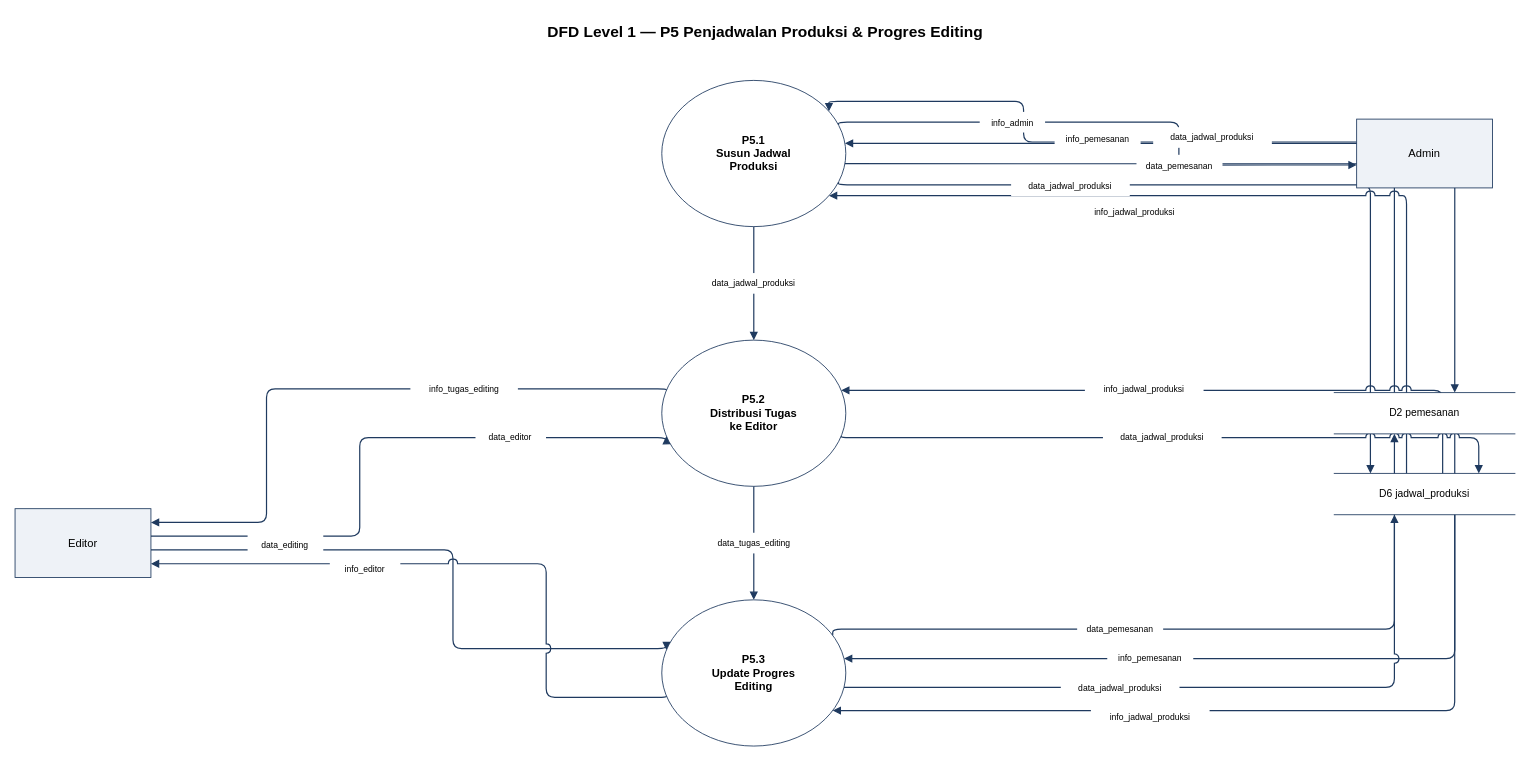
This is result/with/mellogang_dfd_level1_P5.drawio from ryuken25/diagrams, a draw.io file, before an edit. Source tidied: cells renumbered, new cells numbered last; positions are measured from the earlier drawing's top-left corner, leaving out a move shared by most shapes. Both pictures are drawn from the tidied source at 86%, with x=0, y=0 at pixel (15, 15).
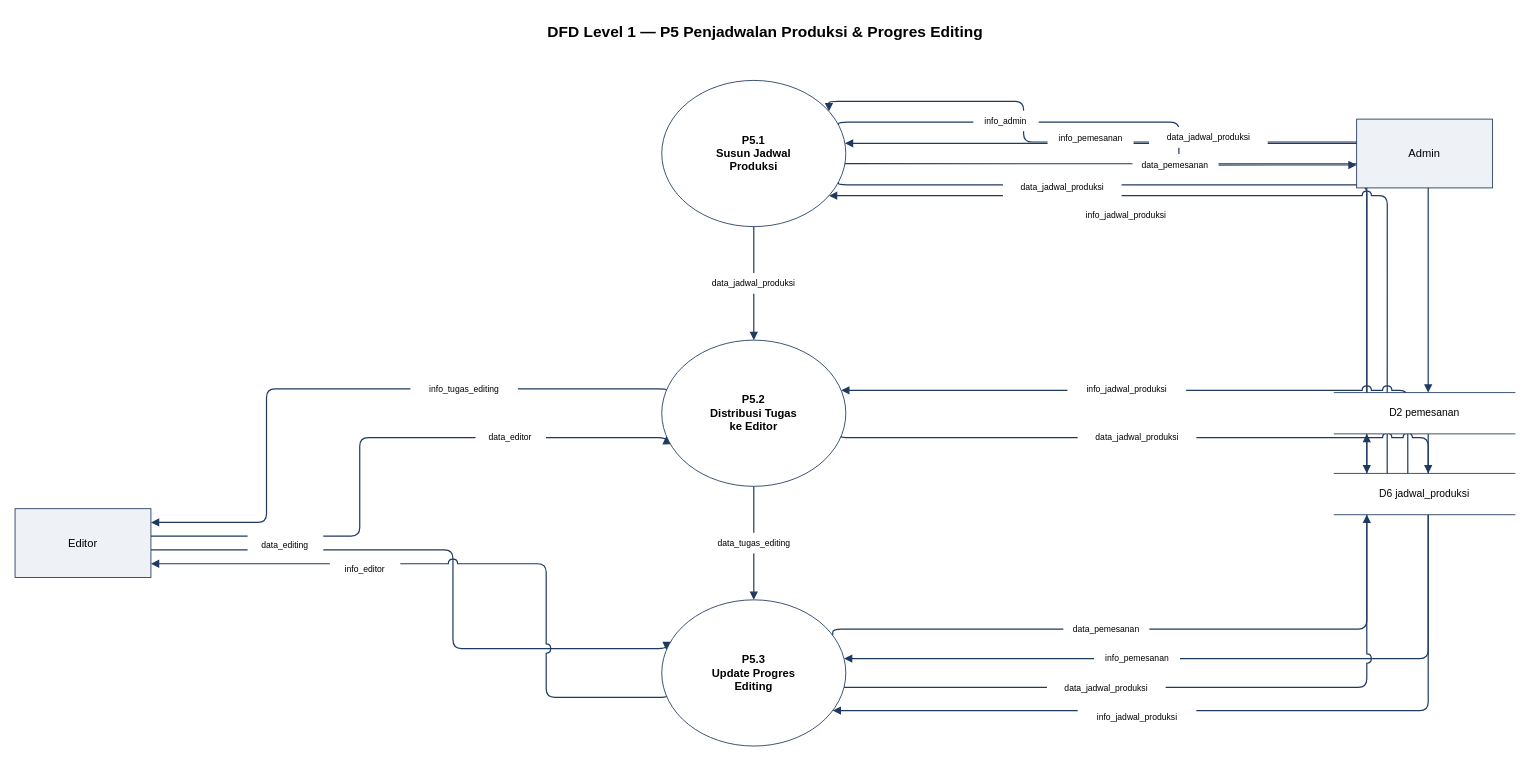
After the change.

The change refers to these unchanged cells:
```xml
<mxCell id="20" value="P5.1&#10;Susun Jadwal&#10;Produksi" style="ellipse;whiteSpace=wrap;html=1;fillColor=#FFFFFF;strokeColor=#1F3A5F;fontSize=13;fontStyle=1;verticalAlign=middle;" parent="1" vertex="1">
  <mxGeometry x="752" y="76" width="214" height="170" as="geometry" />
</mxCell>
<mxCell id="21" value="P5.2&#10;Distribusi Tugas&#10;ke Editor" style="ellipse;whiteSpace=wrap;html=1;fillColor=#FFFFFF;strokeColor=#1F3A5F;fontSize=13;fontStyle=1;verticalAlign=middle;" parent="1" vertex="1">
  <mxGeometry x="752" y="378" width="214" height="170" as="geometry" />
</mxCell>
<mxCell id="22" value="P5.3&#10;Update Progres&#10;Editing" style="ellipse;whiteSpace=wrap;html=1;fillColor=#FFFFFF;strokeColor=#1F3A5F;fontSize=13;fontStyle=1;verticalAlign=middle;" parent="1" vertex="1">
  <mxGeometry x="752" y="680" width="214" height="170" as="geometry" />
</mxCell>
<mxCell id="25" value="D2  pemesanan" style="shape=partialRectangle;top=1;bottom=1;left=0;right=0;whiteSpace=wrap;html=1;fillColor=#FFFFFF;strokeColor=#1F3A5F;fontSize=12;align=center;" parent="1" vertex="1">
  <mxGeometry x="1534" y="439" width="210" height="48" as="geometry" />
</mxCell>
<mxCell id="26" value="D6  jadwal_produksi" style="shape=partialRectangle;top=1;bottom=1;left=0;right=0;whiteSpace=wrap;html=1;fillColor=#FFFFFF;strokeColor=#1F3A5F;fontSize=12;align=center;" parent="1" vertex="1">
  <mxGeometry x="1534" y="533" width="210" height="48" as="geometry" />
</mxCell>
```

What changed in the source:
```diff
@@
-    <mxCell id="8" style="html=1;rounded=1;strokeColor=#1F3A5F;strokeWidth=1.4;endArrow=block;startArrow=none;jumpStyle=arc;jumpSize=10;edgeStyle=orthogonalEdgeStyle;exitX=0.333;exitY=0.000;entryX=1.000;entryY=0.429;exitDx=0;exitDy=0;entryDx=0;entryDy=0;" parent="1" edge="1" source="25" target="20">
+    <mxCell id="8" style="html=1;rounded=1;strokeColor=#1F3A5F;strokeWidth=1.4;endArrow=block;startArrow=none;jumpStyle=arc;jumpSize=10;edgeStyle=orthogonalEdgeStyle;exitX=0.180;exitY=0.000;entryX=1.000;entryY=0.429;exitDx=0;exitDy=0;entryDx=0;entryDy=0;" parent="1" edge="1" source="25" target="20">
       <mxGeometry relative="1" as="geometry">
         <Array as="points">
-          <mxPoint x="1604" y="439" />
-          <mxPoint x="1604" y="148.9" />
+          <mxPoint x="1571.8" y="439" />
+          <mxPoint x="1571.8" y="148.9" />
         </Array>
       </mxGeometry>
     </mxCell>
-    <mxCell id="9" style="html=1;rounded=1;strokeColor=#1F3A5F;strokeWidth=1.4;endArrow=block;startArrow=none;jumpStyle=arc;jumpSize=10;edgeStyle=orthogonalEdgeStyle;exitX=1.000;exitY=0.571;entryX=0.667;entryY=0.000;exitDx=0;exitDy=0;entryDx=0;entryDy=0;" parent="1" edge="1" source="20" target="25">
+    <mxCell id="9" style="html=1;rounded=1;strokeColor=#1F3A5F;strokeWidth=1.4;endArrow=block;startArrow=none;jumpStyle=arc;jumpSize=10;edgeStyle=orthogonalEdgeStyle;exitX=1.000;exitY=0.571;entryX=0.520;entryY=0.000;exitDx=0;exitDy=0;entryDx=0;entryDy=0;" parent="1" edge="1" source="20" target="25">
       <mxGeometry relative="1" as="geometry">
         <Array as="points">
-          <mxPoint x="1674" y="173.1" />
-          <mxPoint x="1674" y="439" />
+          <mxPoint x="1643.2" y="173.1" />
+          <mxPoint x="1643.2" y="439" />
         </Array>
       </mxGeometry>
     </mxCell>
-    <mxCell id="10" style="html=1;rounded=1;strokeColor=#1F3A5F;strokeWidth=1.4;endArrow=block;startArrow=none;jumpStyle=arc;jumpSize=10;edgeStyle=orthogonalEdgeStyle;exitX=1.000;exitY=0.200;entryX=0.333;entryY=1.000;exitDx=0;exitDy=0;entryDx=0;entryDy=0;" parent="1" edge="1" source="22" target="25">
+    <mxCell id="10" style="html=1;rounded=1;strokeColor=#1F3A5F;strokeWidth=1.4;endArrow=block;startArrow=none;jumpStyle=arc;jumpSize=10;edgeStyle=orthogonalEdgeStyle;exitX=1.000;exitY=0.200;entryX=0.180;entryY=1.000;exitDx=0;exitDy=0;entryDx=0;entryDy=0;" parent="1" edge="1" source="22" target="25">
       <mxGeometry relative="1" as="geometry">
         <Array as="points">
-          <mxPoint x="1604" y="714" />
-          <mxPoint x="1604" y="487" />
+          <mxPoint x="1571.8" y="714" />
+          <mxPoint x="1571.8" y="487" />
         </Array>
       </mxGeometry>
     </mxCell>
-    <mxCell id="11" style="html=1;rounded=1;strokeColor=#1F3A5F;strokeWidth=1.4;endArrow=block;startArrow=none;jumpStyle=arc;jumpSize=10;edgeStyle=orthogonalEdgeStyle;exitX=0.667;exitY=1.000;entryX=1.000;entryY=0.400;exitDx=0;exitDy=0;entryDx=0;entryDy=0;" parent="1" edge="1" source="25" target="22">
+    <mxCell id="11" style="html=1;rounded=1;strokeColor=#1F3A5F;strokeWidth=1.4;endArrow=block;startArrow=none;jumpStyle=arc;jumpSize=10;edgeStyle=orthogonalEdgeStyle;exitX=0.520;exitY=1.000;entryX=1.000;entryY=0.400;exitDx=0;exitDy=0;entryDx=0;entryDy=0;" parent="1" edge="1" source="25" target="22">
       <mxGeometry relative="1" as="geometry">
         <Array as="points">
-          <mxPoint x="1674" y="487" />
-          <mxPoint x="1674" y="748" />
+          <mxPoint x="1643.2" y="487" />
+          <mxPoint x="1643.2" y="748" />
         </Array>
       </mxGeometry>
     </mxCell>
-    <mxCell id="12" style="html=1;rounded=1;strokeColor=#1F3A5F;strokeWidth=1.4;endArrow=block;startArrow=none;jumpStyle=arc;jumpSize=10;edgeStyle=orthogonalEdgeStyle;exitX=1.000;exitY=0.714;entryX=0.200;entryY=0.000;exitDx=0;exitDy=0;entryDx=0;entryDy=0;" parent="1" edge="1" source="20" target="26">
+    <mxCell id="12" style="html=1;rounded=1;strokeColor=#1F3A5F;strokeWidth=1.4;endArrow=block;startArrow=none;jumpStyle=arc;jumpSize=10;edgeStyle=orthogonalEdgeStyle;exitX=1.000;exitY=0.714;entryX=0.180;entryY=0.000;exitDx=0;exitDy=0;entryDx=0;entryDy=0;" parent="1" edge="1" source="20" target="26">
       <mxGeometry relative="1" as="geometry">
         <Array as="points">
-          <mxPoint x="1576" y="197.4" />
-          <mxPoint x="1576" y="533" />
+          <mxPoint x="1571.8" y="197.4" />
+          <mxPoint x="1571.8" y="533" />
         </Array>
       </mxGeometry>
     </mxCell>
-    <mxCell id="13" style="html=1;rounded=1;strokeColor=#1F3A5F;strokeWidth=1.4;endArrow=block;startArrow=none;jumpStyle=arc;jumpSize=10;edgeStyle=orthogonalEdgeStyle;exitX=0.400;exitY=0.000;entryX=1.000;entryY=0.857;exitDx=0;exitDy=0;entryDx=0;entryDy=0;" parent="1" edge="1" source="26" target="20">
+    <mxCell id="13" style="html=1;rounded=1;strokeColor=#1F3A5F;strokeWidth=1.4;endArrow=block;startArrow=none;jumpStyle=arc;jumpSize=10;edgeStyle=orthogonalEdgeStyle;exitX=0.293;exitY=0.000;entryX=1.000;entryY=0.857;exitDx=0;exitDy=0;entryDx=0;entryDy=0;" parent="1" edge="1" source="26" target="20">
       <mxGeometry relative="1" as="geometry">
         <Array as="points">
-          <mxPoint x="1618" y="533" />
-          <mxPoint x="1618" y="221.7" />
+          <mxPoint x="1595.6" y="533" />
+          <mxPoint x="1595.6" y="221.7" />
         </Array>
       </mxGeometry>
     </mxCell>
-    <mxCell id="14" style="html=1;rounded=1;strokeColor=#1F3A5F;strokeWidth=1.4;endArrow=block;startArrow=none;jumpStyle=arc;jumpSize=10;edgeStyle=orthogonalEdgeStyle;exitX=0.600;exitY=0.000;entryX=1.000;entryY=0.333;exitDx=0;exitDy=0;entryDx=0;entryDy=0;" parent="1" edge="1" source="26" target="21">
+    <mxCell id="14" style="html=1;rounded=1;strokeColor=#1F3A5F;strokeWidth=1.4;endArrow=block;startArrow=none;jumpStyle=arc;jumpSize=10;edgeStyle=orthogonalEdgeStyle;exitX=0.407;exitY=0.000;entryX=1.000;entryY=0.333;exitDx=0;exitDy=0;entryDx=0;entryDy=0;" parent="1" edge="1" source="26" target="21">
       <mxGeometry relative="1" as="geometry">
         <Array as="points">
-          <mxPoint x="1660" y="533" />
-          <mxPoint x="1660" y="434.7" />
+          <mxPoint x="1619.4" y="533" />
+          <mxPoint x="1619.4" y="434.7" />
         </Array>
       </mxGeometry>
     </mxCell>
-    <mxCell id="15" style="html=1;rounded=1;strokeColor=#1F3A5F;strokeWidth=1.4;endArrow=block;startArrow=none;jumpStyle=arc;jumpSize=10;edgeStyle=orthogonalEdgeStyle;exitX=1.000;exitY=0.667;entryX=0.800;entryY=0.000;exitDx=0;exitDy=0;entryDx=0;entryDy=0;" parent="1" edge="1" source="21" target="26">
+    <mxCell id="15" style="html=1;rounded=1;strokeColor=#1F3A5F;strokeWidth=1.4;endArrow=block;startArrow=none;jumpStyle=arc;jumpSize=10;edgeStyle=orthogonalEdgeStyle;exitX=1.000;exitY=0.667;entryX=0.520;entryY=0.000;exitDx=0;exitDy=0;entryDx=0;entryDy=0;" parent="1" edge="1" source="21" target="26">
       <mxGeometry relative="1" as="geometry">
         <Array as="points">
-          <mxPoint x="1702" y="491.3" />
-          <mxPoint x="1702" y="533" />
+          <mxPoint x="1643.2" y="491.3" />
+          <mxPoint x="1643.2" y="533" />
         </Array>
       </mxGeometry>
     </mxCell>
-    <mxCell id="16" style="html=1;rounded=1;strokeColor=#1F3A5F;strokeWidth=1.4;endArrow=block;startArrow=none;jumpStyle=arc;jumpSize=10;edgeStyle=orthogonalEdgeStyle;exitX=1.000;exitY=0.600;entryX=0.333;entryY=1.000;exitDx=0;exitDy=0;entryDx=0;entryDy=0;" parent="1" edge="1" source="22" target="26">
+    <mxCell id="16" style="html=1;rounded=1;strokeColor=#1F3A5F;strokeWidth=1.4;endArrow=block;startArrow=none;jumpStyle=arc;jumpSize=10;edgeStyle=orthogonalEdgeStyle;exitX=1.000;exitY=0.600;entryX=0.180;entryY=1.000;exitDx=0;exitDy=0;entryDx=0;entryDy=0;" parent="1" edge="1" source="22" target="26">
       <mxGeometry relative="1" as="geometry">
         <Array as="points">
-          <mxPoint x="1604" y="782" />
-          <mxPoint x="1604" y="581" />
+          <mxPoint x="1571.8" y="782" />
+          <mxPoint x="1571.8" y="581" />
         </Array>
       </mxGeometry>
     </mxCell>
-    <mxCell id="17" style="html=1;rounded=1;strokeColor=#1F3A5F;strokeWidth=1.4;endArrow=block;startArrow=none;jumpStyle=arc;jumpSize=10;edgeStyle=orthogonalEdgeStyle;exitX=0.667;exitY=1.000;entryX=1.000;entryY=0.800;exitDx=0;exitDy=0;entryDx=0;entryDy=0;" parent="1" edge="1" source="26" target="22">
+    <mxCell id="17" style="html=1;rounded=1;strokeColor=#1F3A5F;strokeWidth=1.4;endArrow=block;startArrow=none;jumpStyle=arc;jumpSize=10;edgeStyle=orthogonalEdgeStyle;exitX=0.520;exitY=1.000;entryX=1.000;entryY=0.800;exitDx=0;exitDy=0;entryDx=0;entryDy=0;" parent="1" edge="1" source="26" target="22">
       <mxGeometry relative="1" as="geometry">
         <Array as="points">
-          <mxPoint x="1674" y="581" />
-          <mxPoint x="1674" y="816" />
+          <mxPoint x="1643.2" y="581" />
+          <mxPoint x="1643.2" y="816" />
         </Array>
       </mxGeometry>
     </mxCell>
@@
     <mxCell id="27" value="data_jadwal_produksi" style="text;html=1;align=center;verticalAlign=middle;fontSize=10;rounded=0;fillColor=#FFFFFF;strokeColor=none;whiteSpace=wrap;spacing=2;" parent="1" vertex="1">
-      <mxGeometry x="1323.4" y="130.4" width="138" height="24" as="geometry" />
+      <mxGeometry x="1318.6" y="130.3" width="138" height="24" as="geometry" />
     </mxCell>
     <mxCell id="28" value="info_admin" style="text;html=1;align=center;verticalAlign=middle;fontSize=10;rounded=0;fillColor=#FFFFFF;strokeColor=none;whiteSpace=wrap;spacing=2;" parent="1" vertex="1">
-      <mxGeometry x="1121.7" y="112.6" width="76" height="24" as="geometry" />
+      <mxGeometry x="1114.3" y="111.1" width="76" height="24" as="geometry" />
     </mxCell>
@@
     <mxCell id="33" value="info_pemesanan" style="text;html=1;align=center;verticalAlign=middle;fontSize=10;rounded=0;fillColor=#FFFFFF;strokeColor=none;whiteSpace=wrap;spacing=2;" parent="1" vertex="1">
-      <mxGeometry x="1208.8" y="132" width="100" height="24" as="geometry" />
+      <mxGeometry x="1200.6" y="130.8" width="100" height="24" as="geometry" />
     </mxCell>
     <mxCell id="34" value="data_pemesanan" style="text;html=1;align=center;verticalAlign=middle;fontSize=10;rounded=0;fillColor=#FFFFFF;strokeColor=none;whiteSpace=wrap;spacing=2;" parent="1" vertex="1">
-      <mxGeometry x="1304" y="162.5" width="100" height="24" as="geometry" />
+      <mxGeometry x="1299.4" y="161.5" width="100" height="24" as="geometry" />
     </mxCell>
     <mxCell id="35" value="data_pemesanan" style="text;html=1;align=center;verticalAlign=middle;fontSize=10;rounded=0;fillColor=#FFFFFF;strokeColor=none;whiteSpace=wrap;spacing=2;" parent="1" vertex="1">
-      <mxGeometry x="1235" y="702" width="100" height="24" as="geometry" />
+      <mxGeometry x="1218.9" y="702" width="100" height="24" as="geometry" />
     </mxCell>
     <mxCell id="36" value="info_pemesanan" style="text;html=1;align=center;verticalAlign=middle;fontSize=10;rounded=0;fillColor=#FFFFFF;strokeColor=none;whiteSpace=wrap;spacing=2;" parent="1" vertex="1">
-      <mxGeometry x="1270" y="736" width="100" height="24" as="geometry" />
+      <mxGeometry x="1254.6" y="736" width="100" height="24" as="geometry" />
     </mxCell>
     <mxCell id="37" value="data_jadwal_produksi" style="text;html=1;align=center;verticalAlign=middle;fontSize=10;rounded=0;fillColor=#FFFFFF;strokeColor=none;whiteSpace=wrap;spacing=2;" parent="1" vertex="1">
-      <mxGeometry x="1158.2" y="186.5" width="138" height="24" as="geometry" />
+      <mxGeometry x="1148.7" y="188" width="138" height="24" as="geometry" />
     </mxCell>
     <mxCell id="38" value="info_jadwal_produksi" style="text;html=1;align=center;verticalAlign=middle;fontSize=10;rounded=0;fillColor=#FFFFFF;strokeColor=none;whiteSpace=wrap;spacing=2;" parent="1" vertex="1">
-      <mxGeometry x="1232.9" y="217.1" width="138" height="24" as="geometry" />
+      <mxGeometry x="1222.6" y="219.6" width="138" height="24" as="geometry" />
     </mxCell>
     <mxCell id="39" value="info_jadwal_produksi" style="text;html=1;align=center;verticalAlign=middle;fontSize=10;rounded=0;fillColor=#FFFFFF;strokeColor=none;whiteSpace=wrap;spacing=2;" parent="1" vertex="1">
-      <mxGeometry x="1244" y="422.7" width="138" height="24" as="geometry" />
+      <mxGeometry x="1223.7" y="422.7" width="138" height="24" as="geometry" />
     </mxCell>
     <mxCell id="40" value="data_jadwal_produksi" style="text;html=1;align=center;verticalAlign=middle;fontSize=10;rounded=0;fillColor=#FFFFFF;strokeColor=none;whiteSpace=wrap;spacing=2;" parent="1" vertex="1">
-      <mxGeometry x="1265" y="479.4" width="138" height="24" as="geometry" />
+      <mxGeometry x="1235.6" y="479.4" width="138" height="24" as="geometry" />
     </mxCell>
     <mxCell id="41" value="data_jadwal_produksi" style="text;html=1;align=center;verticalAlign=middle;fontSize=10;rounded=0;fillColor=#FFFFFF;strokeColor=none;whiteSpace=wrap;spacing=2;" parent="1" vertex="1">
-      <mxGeometry x="1216" y="770" width="138" height="24" as="geometry" />
+      <mxGeometry x="1199.9" y="770" width="138" height="24" as="geometry" />
     </mxCell>
     <mxCell id="42" value="info_jadwal_produksi" style="text;html=1;align=center;verticalAlign=middle;fontSize=10;rounded=0;fillColor=#FFFFFF;strokeColor=none;whiteSpace=wrap;spacing=2;" parent="1" vertex="1">
-      <mxGeometry x="1251" y="804" width="138" height="24" as="geometry" />
+      <mxGeometry x="1235.6" y="804" width="138" height="24" as="geometry" />
     </mxCell>
```
